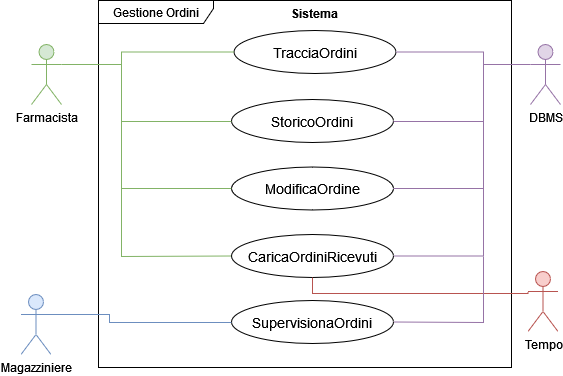
This is Documentazione aggiornata/Gestione Ordini.png from innovazionebot/Pharmalink, a draw.io export, as it was before one commit. Source tidied: cells renumbered, new cells last; positions are measured from the earlier drawing's top-left corner, leaving out a move shared by most shapes.
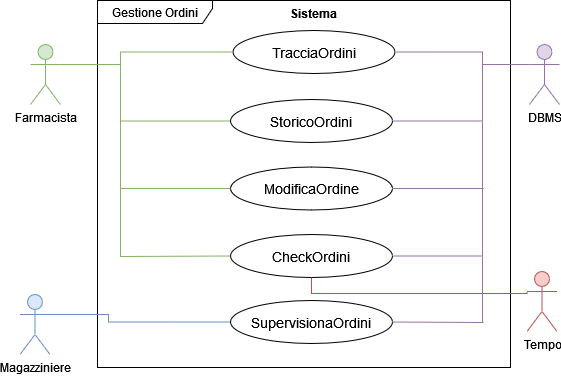
Above is the later version.

What changed in the source:
```diff
@@ -75,7 +75,7 @@
     <mxCell id="16" value="ModificaOrdine" style="ellipse;whiteSpace=wrap;html=1;fontSize=14;strokeColor=default;verticalAlign=middle;align=center;horizontal=1;labelPosition=center;verticalLabelPosition=middle;" parent="1" vertex="1">
       <mxGeometry x="210" y="166.5" width="162" height="43" as="geometry" />
     </mxCell>
-    <mxCell id="17" value="CaricaOrdiniRicevuti" style="ellipse;whiteSpace=wrap;html=1;fontSize=14;strokeColor=default;verticalAlign=middle;align=center;horizontal=1;labelPosition=center;verticalLabelPosition=middle;" parent="1" vertex="1">
+    <mxCell id="17" value="CheckOrdini" style="ellipse;whiteSpace=wrap;html=1;fontSize=14;strokeColor=default;verticalAlign=middle;align=center;horizontal=1;labelPosition=center;verticalLabelPosition=middle;" parent="1" vertex="1">
       <mxGeometry x="210" y="234" width="162" height="43" as="geometry" />
     </mxCell>
     <mxCell id="18" style="endArrow=none;html=1;rounded=0;entryX=0;entryY=0.5;entryDx=0;entryDy=0;edgeStyle=orthogonalEdgeStyle;fillColor=#d5e8d4;strokeColor=#82b366;" parent="1" edge="1" target="16">
```
